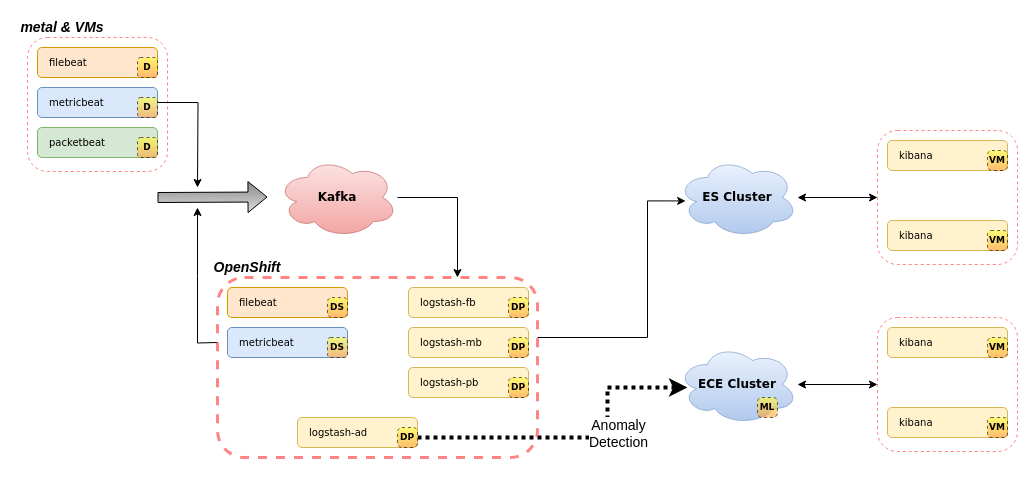
Above: architecture/elasticsearch/belk_kafka_k8s_w_logstash_w_beats_w_ece.drawio in slmingol/diagram_assets (draw.io), before the change. Source tidied: cells renumbered, new cells numbered last; positions are measured from the earlier drawing's top-left corner, leaving out a move shared by most shapes. Both pictures are drawn from the tidied source at 100%, with x=0, y=0 at pixel (17, 17).
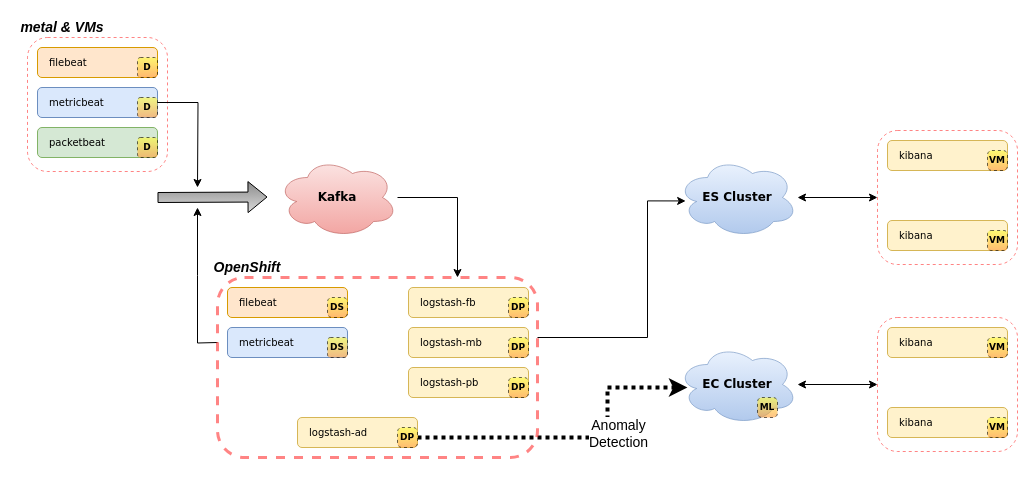
After the change.

Diff of the diagram source:
```diff
@@
-    <mxCell id="27" value="&lt;div style=&quot;text-align: center ; font-size: 12px&quot;&gt;&lt;span style=&quot;font-size: 12px&quot;&gt;ECE Cluster&lt;/span&gt;&lt;/div&gt;" style="ellipse;shape=cloud;whiteSpace=wrap;html=1;rounded=0;strokeColor=#6c8ebf;strokeWidth=1;fillColor=#dae8fc;gradientColor=#7ea6e0;fontFamily=Verdana;fontSize=12;opacity=60;align=center;fontStyle=1;" parent="1" vertex="1">
+    <mxCell id="27" value="&lt;div style=&quot;text-align: center ; font-size: 12px&quot;&gt;&lt;span style=&quot;font-size: 12px&quot;&gt;EC Cluster&lt;/span&gt;&lt;/div&gt;" style="ellipse;shape=cloud;whiteSpace=wrap;html=1;rounded=0;strokeColor=#6c8ebf;strokeWidth=1;fillColor=#dae8fc;gradientColor=#7ea6e0;fontFamily=Verdana;fontSize=12;opacity=60;align=center;fontStyle=1;" parent="1" vertex="1">
       <mxGeometry x="660" y="327" width="120" height="80" as="geometry" />
     </mxCell>
```
